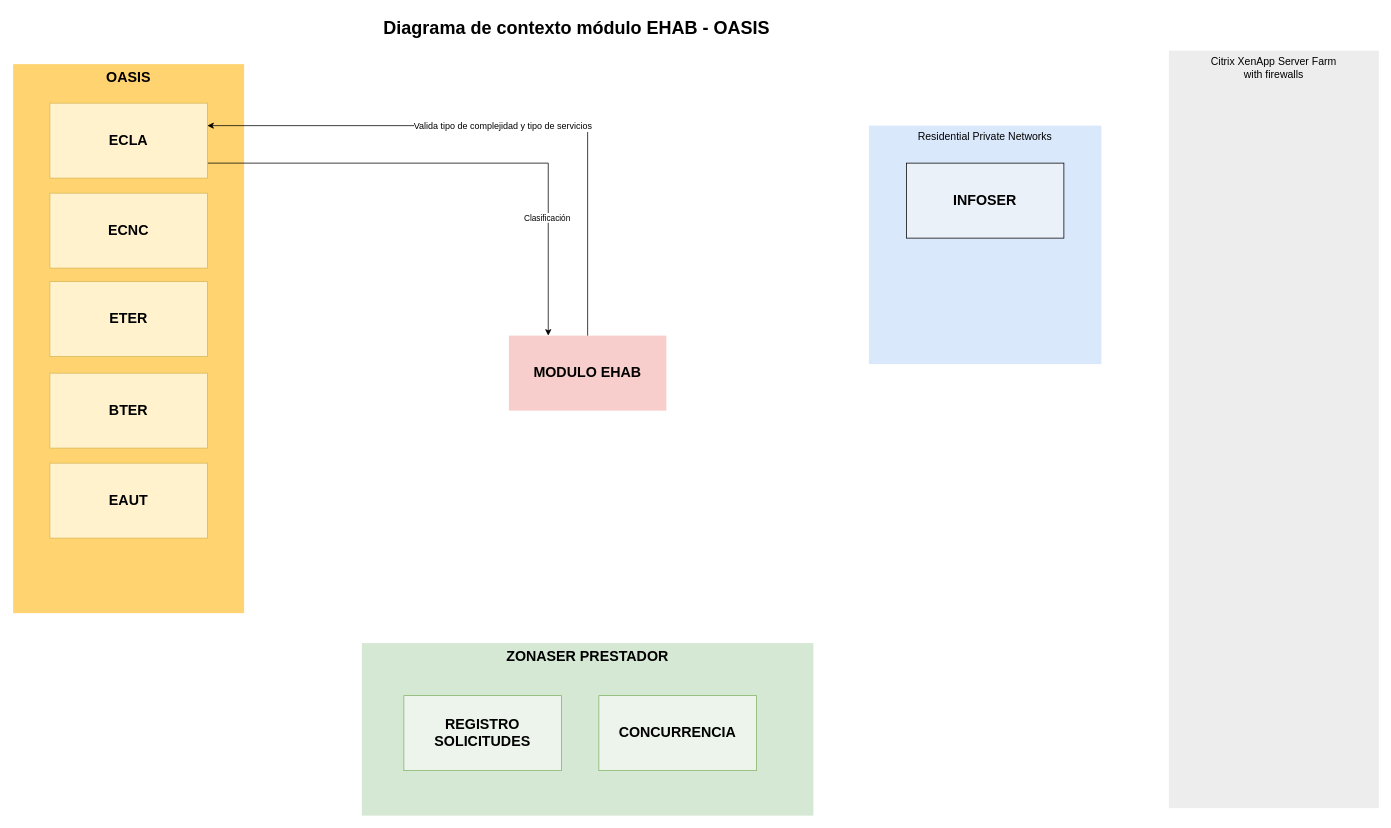
Above: Contexto modulo EHAB.drawio in kevinjporto/Diagramas-de-procesos (draw.io), before the change. Source tidied: cells renumbered, new cells numbered last; positions are measured from the earlier drawing's top-left corner, leaving out a move shared by most shapes. Both pictures are drawn from the tidied source at 75%, with x=0, y=0 at pixel (13, 13).
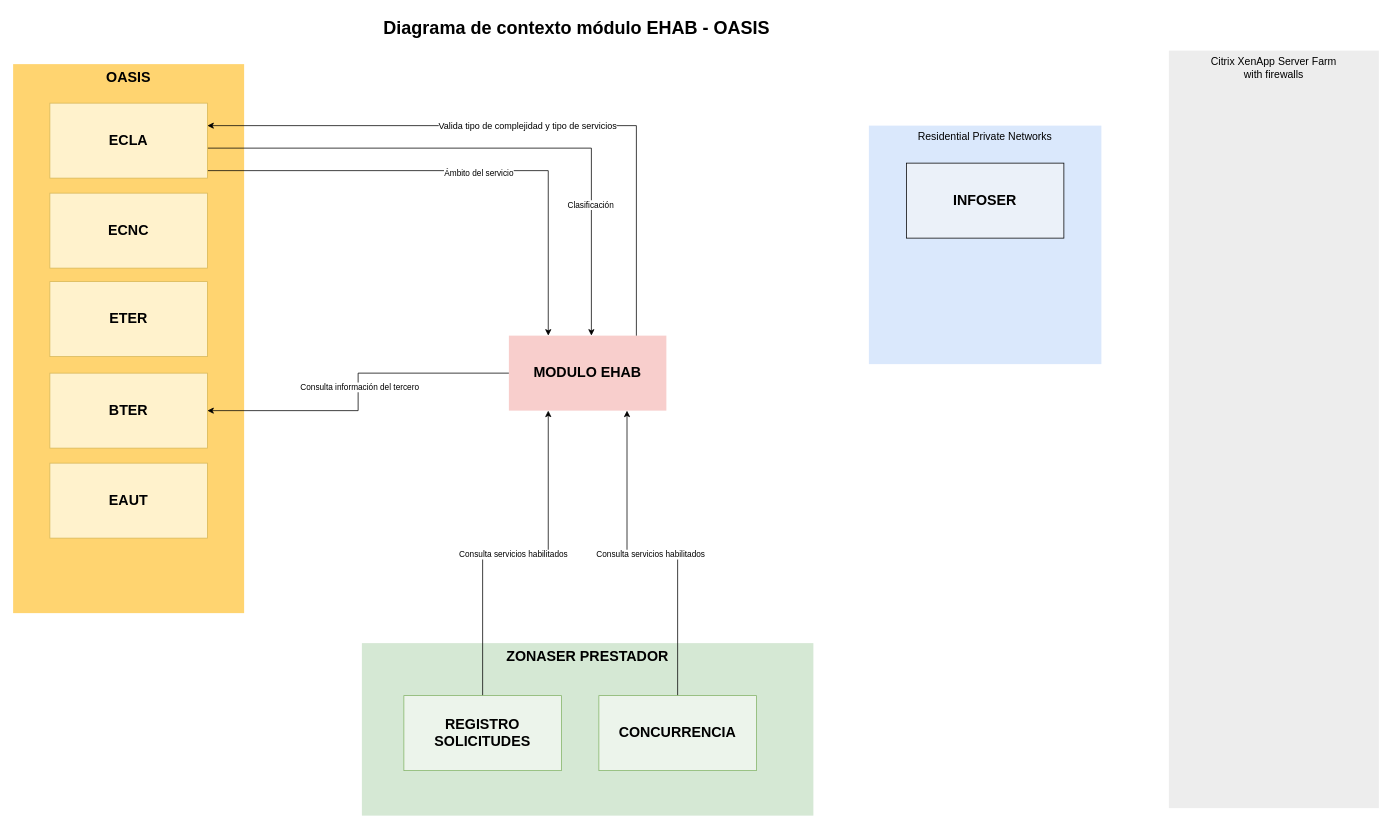
The same page after the edit.

Unchanged cells that the change refers to:
```xml
<mxCell id="2" value="MODULO EHAB" style="whiteSpace=wrap;html=1;fillColor=#f8cecc;fontSize=19;strokeColor=none;verticalAlign=middle;fontStyle=1;" parent="1" vertex="1">
  <mxGeometry x="661" y="430" width="210" height="100" as="geometry" />
</mxCell>
<mxCell id="10" value="ECLA" style="whiteSpace=wrap;html=1;fillColor=#fff2cc;fontSize=19;strokeColor=#d6b656;verticalAlign=middle;fontStyle=1;" parent="1" vertex="1">
  <mxGeometry x="49" y="120" width="210" height="100" as="geometry" />
</mxCell>
<mxCell id="15" value="BTER" style="whiteSpace=wrap;html=1;fillColor=#fff2cc;fontSize=19;strokeColor=#d6b656;verticalAlign=middle;fontStyle=1;" parent="1" vertex="1">
  <mxGeometry x="49" y="480" width="210" height="100" as="geometry" />
</mxCell>
<mxCell id="17" value="REGISTRO SOLICITUDES" style="whiteSpace=wrap;html=1;fillColor=light-dark(#ecf4eb, #1f2f1e);fontSize=19;strokeColor=#82b366;verticalAlign=middle;fontStyle=1;" parent="1" vertex="1">
  <mxGeometry x="521" y="910" width="210" height="100" as="geometry" />
</mxCell>
<mxCell id="18" value="CONCURRENCIA" style="whiteSpace=wrap;html=1;fillColor=light-dark(#ecf4eb, #1f2f1e);fontSize=19;strokeColor=#82b366;verticalAlign=middle;fontStyle=1;" parent="1" vertex="1">
  <mxGeometry x="781" y="910" width="210" height="100" as="geometry" />
</mxCell>
```

Diff of the diagram source:
```diff
@@
-    <mxCell id="8" style="edgeStyle=orthogonalEdgeStyle;rounded=0;jettySize=auto;html=1;entryX=0.25;entryY=0;entryDx=0;entryDy=0;" parent="1" edge="1" source="10" target="2">
+    <mxCell id="8" style="edgeStyle=orthogonalEdgeStyle;rounded=0;jettySize=auto;html=1;" parent="1" edge="1" source="10">
       <mxGeometry relative="1" as="geometry">
+        <mxPoint x="771" y="430" as="targetPoint" />
         <Array as="points">
-          <mxPoint x="714" y="200" />
+          <mxPoint x="771" y="180" />
+          <mxPoint x="771" y="430" />
         </Array>
       </mxGeometry>
     </mxCell>
@@
+    <mxCell id="20" style="edgeStyle=orthogonalEdgeStyle;rounded=0;jettySize=auto;html=1;entryX=0.25;entryY=0;entryDx=0;entryDy=0;" parent="1" edge="1" source="10" target="2">
+      <mxGeometry relative="1" as="geometry">
+        <Array as="points">
+          <mxPoint x="714" y="210" />
+        </Array>
+      </mxGeometry>
+    </mxCell>
+    <mxCell id="21" value="Ámbito del servicio" style="edgeLabel;html=1;align=center;verticalAlign=middle;" parent="20" vertex="1">
+      <mxGeometry x="0.07" y="-2" relative="1" as="geometry" />
+    </mxCell>
@@
-    <mxCell id="11" style="edgeStyle=orthogonalEdgeStyle;rounded=0;jettySize=auto;html=1;exitX=0.5;exitY=0;exitDx=0;exitDy=0;" parent="1" edge="1" source="2">
+    <mxCell id="11" style="edgeStyle=orthogonalEdgeStyle;rounded=0;orthogonalLoop=1;jettySize=auto;html=1;" parent="1" edge="1">
       <mxGeometry relative="1" as="geometry">
+        <mxPoint x="831" y="430" as="sourcePoint" />
         <mxPoint x="259" y="150" as="targetPoint" />
         <Array as="points">
-          <mxPoint x="766" y="150" />
-          <mxPoint x="259" y="150" />
+          <mxPoint x="831" y="430" />
+          <mxPoint x="831" y="150" />
         </Array>
       </mxGeometry>
     </mxCell>
@@
+    <mxCell id="22" style="edgeStyle=orthogonalEdgeStyle;rounded=0;jettySize=auto;html=1;entryX=0.25;entryY=1;entryDx=0;entryDy=0;" parent="1" edge="1" source="17" target="2">
+      <mxGeometry relative="1" as="geometry" />
+    </mxCell>
+    <mxCell id="23" value="Consulta servicios habilitados" style="edgeLabel;html=1;align=center;verticalAlign=middle;" parent="22" vertex="1">
+      <mxGeometry x="-0.01" y="-1" relative="1" as="geometry">
+        <mxPoint x="-1" as="offset" />
+      </mxGeometry>
+    </mxCell>
@@
+    <mxCell id="24" style="edgeStyle=orthogonalEdgeStyle;rounded=0;jettySize=auto;html=1;entryX=0.75;entryY=1;entryDx=0;entryDy=0;" parent="1" edge="1" source="18" target="2">
+      <mxGeometry relative="1" as="geometry" />
+    </mxCell>
+    <mxCell id="25" value="Consulta servicios habilitados" style="edgeLabel;html=1;align=center;verticalAlign=middle;" parent="24" vertex="1">
+      <mxGeometry x="0.01" y="1" relative="1" as="geometry">
+        <mxPoint x="-1" as="offset" />
+      </mxGeometry>
+    </mxCell>
@@
+    <mxCell id="26" style="edgeStyle=orthogonalEdgeStyle;rounded=0;jettySize=auto;html=1;" parent="1" edge="1" source="2" target="15">
+      <mxGeometry relative="1" as="geometry" />
+    </mxCell>
+    <mxCell id="27" value="Consulta información del tercero" style="edgeLabel;html=1;align=center;verticalAlign=middle;" parent="26" vertex="1">
+      <mxGeometry x="-0.03" relative="1" as="geometry">
+        <mxPoint x="1" as="offset" />
+      </mxGeometry>
+    </mxCell>
```
